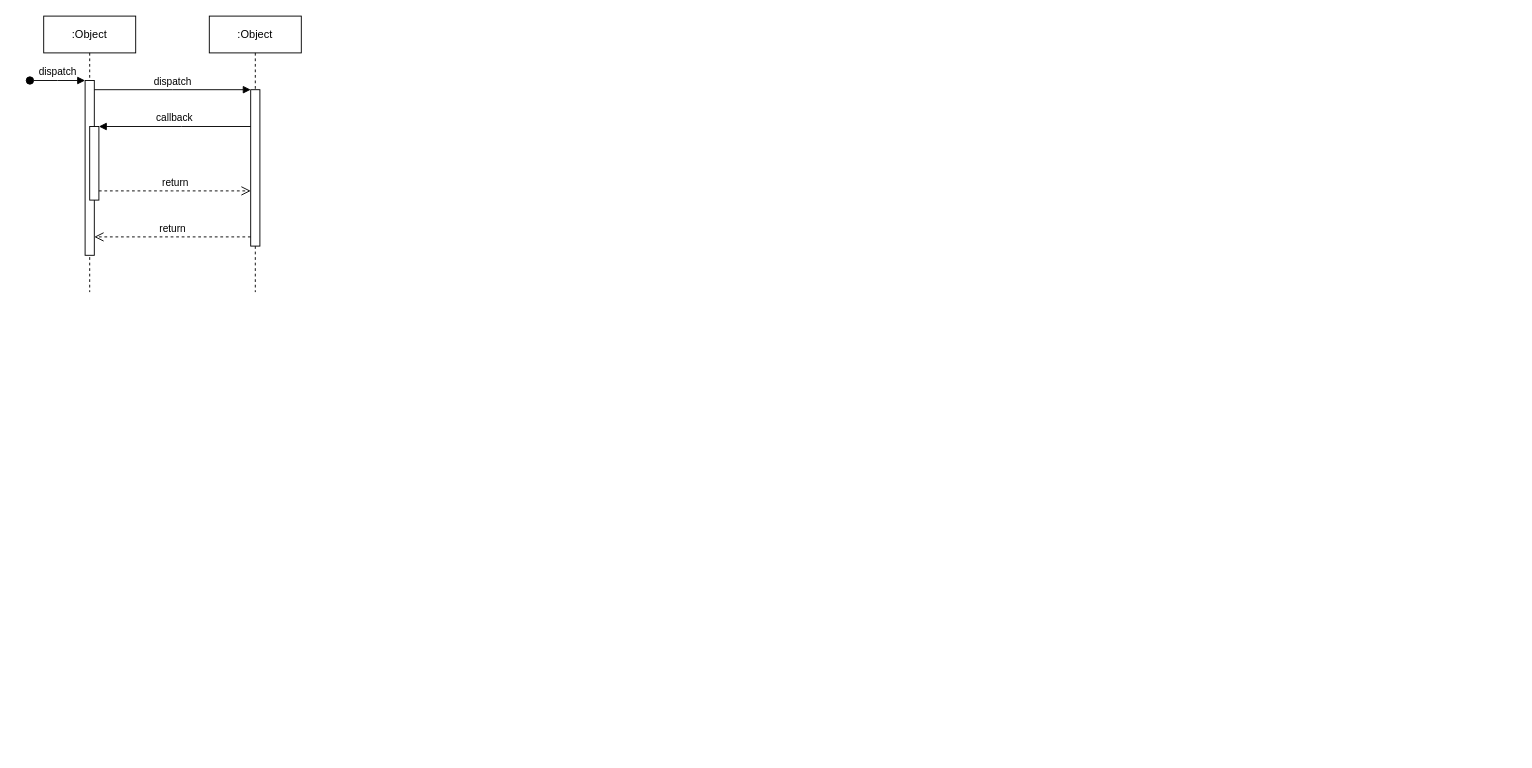
Earlier version of the draw.io diagram PROBLEMI/Untitled Diagram.drawio (natasablagojevic/rs). Source tidied: cells renumbered, new cells numbered last; positions are measured from the earlier drawing's top-left corner, leaving out a move shared by most shapes. Both pictures are drawn from the tidied source at 92%, with x=0, y=0 at pixel (29, 16).
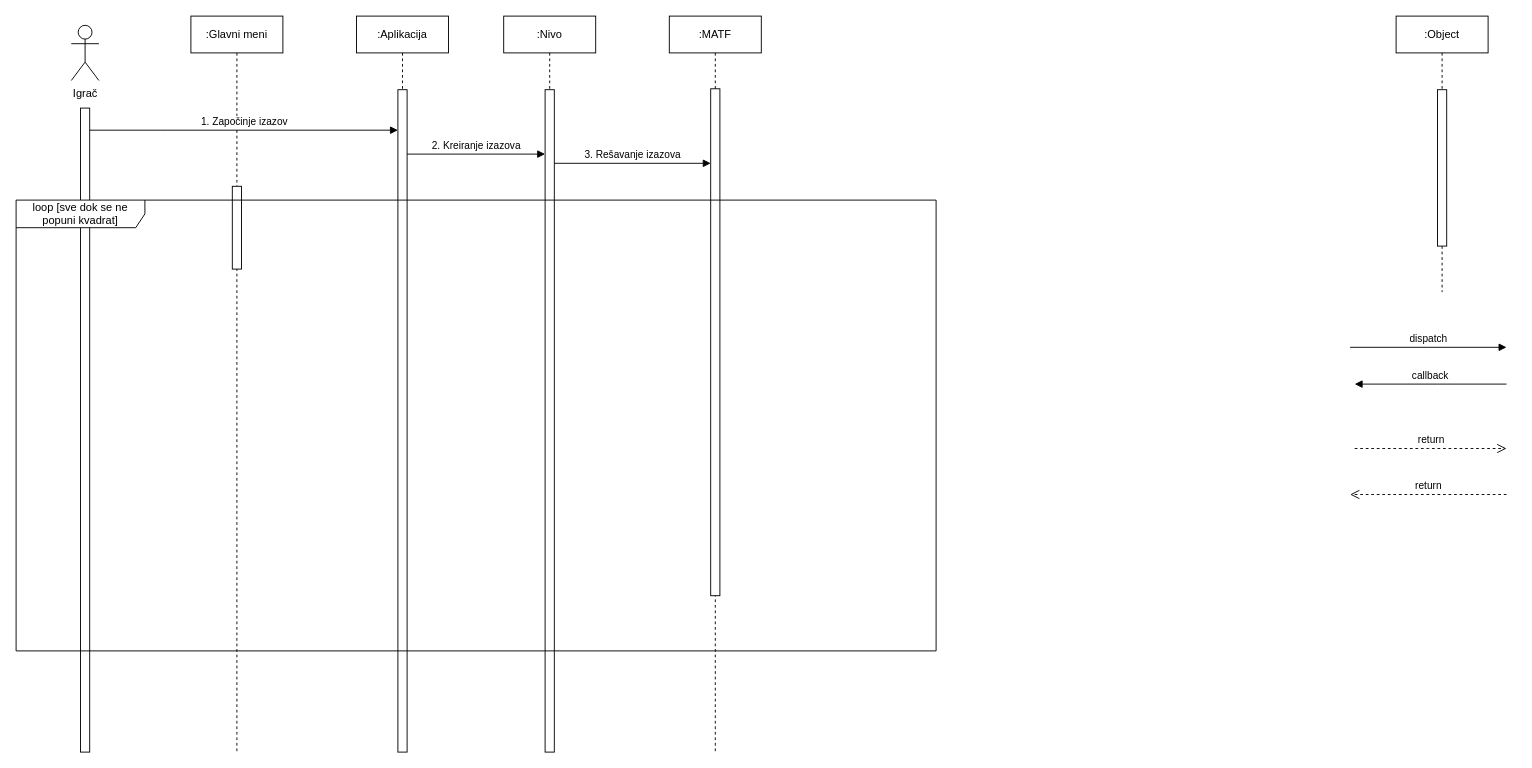
After the change.

What changed in the source:
```diff
@@
-    <mxCell id="2" value=":Object" style="shape=umlLifeline;perimeter=lifelinePerimeter;whiteSpace=wrap;html=1;newEdgeStyle={&quot;edgeStyle&quot;:&quot;elbowEdgeStyle&quot;,&quot;elbow&quot;:&quot;vertical&quot;,&quot;curved&quot;:0,&quot;rounded&quot;:0};" parent="1" vertex="1">
-      <mxGeometry x="15" width="100" height="300" as="geometry" />
-    </mxCell>
-    <mxCell id="3" style="html=1;points=[];perimeter=orthogonalPerimeter;outlineConnect=0;targetShapes=umlLifeline;portConstraint=eastwest;newEdgeStyle={&quot;edgeStyle&quot;:&quot;elbowEdgeStyle&quot;,&quot;elbow&quot;:&quot;vertical&quot;,&quot;curved&quot;:0,&quot;rounded&quot;:0};" parent="2" vertex="1">
-      <mxGeometry x="45" y="70" width="10" height="190" as="geometry" />
-    </mxCell>
-    <mxCell id="4" value="dispatch" style="html=1;verticalAlign=bottom;startArrow=oval;endArrow=block;startSize=8;edgeStyle=elbowEdgeStyle;elbow=vertical;curved=0;rounded=0;" parent="2" edge="1" target="3">
-      <mxGeometry relative="1" as="geometry">
-        <mxPoint x="-15" y="70" as="sourcePoint" />
-      </mxGeometry>
-    </mxCell>
-    <mxCell id="5" style="html=1;points=[];perimeter=orthogonalPerimeter;outlineConnect=0;targetShapes=umlLifeline;portConstraint=eastwest;newEdgeStyle={&quot;edgeStyle&quot;:&quot;elbowEdgeStyle&quot;,&quot;elbow&quot;:&quot;vertical&quot;,&quot;curved&quot;:0,&quot;rounded&quot;:0};" parent="2" vertex="1">
-      <mxGeometry x="50" y="120" width="10" height="80" as="geometry" />
-    </mxCell>
-    <mxCell id="6" value=":Object" style="shape=umlLifeline;perimeter=lifelinePerimeter;whiteSpace=wrap;html=1;newEdgeStyle={&quot;edgeStyle&quot;:&quot;elbowEdgeStyle&quot;,&quot;elbow&quot;:&quot;vertical&quot;,&quot;curved&quot;:0,&quot;rounded&quot;:0};" parent="1" vertex="1">
-      <mxGeometry x="195" width="100" height="300" as="geometry" />
-    </mxCell>
+    <mxCell id="12" value=":Object" style="shape=umlLifeline;perimeter=lifelinePerimeter;whiteSpace=wrap;html=1;newEdgeStyle={&quot;edgeStyle&quot;:&quot;elbowEdgeStyle&quot;,&quot;elbow&quot;:&quot;vertical&quot;,&quot;curved&quot;:0,&quot;rounded&quot;:0};" parent="1" vertex="1">
+      <mxGeometry x="1485" width="100" height="300" as="geometry" />
+    </mxCell>
-    <mxCell id="7" style="html=1;points=[];perimeter=orthogonalPerimeter;outlineConnect=0;targetShapes=umlLifeline;portConstraint=eastwest;newEdgeStyle={&quot;edgeStyle&quot;:&quot;elbowEdgeStyle&quot;,&quot;elbow&quot;:&quot;vertical&quot;,&quot;curved&quot;:0,&quot;rounded&quot;:0};" parent="6" vertex="1">
+    <mxCell id="7" style="html=1;points=[];perimeter=orthogonalPerimeter;outlineConnect=0;targetShapes=umlLifeline;portConstraint=eastwest;newEdgeStyle={&quot;edgeStyle&quot;:&quot;elbowEdgeStyle&quot;,&quot;elbow&quot;:&quot;vertical&quot;,&quot;curved&quot;:0,&quot;rounded&quot;:0};" parent="12" vertex="1">
       <mxGeometry x="45" y="80" width="10" height="170" as="geometry" />
     </mxCell>
-    <mxCell id="8" value="dispatch" style="html=1;verticalAlign=bottom;endArrow=block;edgeStyle=elbowEdgeStyle;elbow=vertical;curved=0;rounded=0;" parent="1" edge="1" source="3" target="7">
+    <mxCell id="8" value="dispatch" style="html=1;verticalAlign=bottom;endArrow=block;edgeStyle=elbowEdgeStyle;elbow=vertical;curved=0;rounded=0;" parent="1" edge="1">
       <mxGeometry relative="1" as="geometry">
+        <mxPoint x="1435" y="360" as="sourcePoint" />
+        <mxPoint x="1605" y="360" as="targetPoint" />
         <Array as="points">
-          <mxPoint x="155" y="80" />
+          <mxPoint x="1520" y="360" />
         </Array>
       </mxGeometry>
     </mxCell>
-    <mxCell id="9" value="return" style="html=1;verticalAlign=bottom;endArrow=open;dashed=1;endSize=8;edgeStyle=elbowEdgeStyle;elbow=vertical;curved=0;rounded=0;" parent="1" edge="1" source="7" target="3">
-      <mxGeometry relative="1" as="geometry">
-        <Array as="points">
-          <mxPoint x="165" y="240" />
-        </Array>
-      </mxGeometry>
-    </mxCell>
+    <mxCell id="13" value="return" style="html=1;verticalAlign=bottom;endArrow=open;dashed=1;endSize=8;edgeStyle=elbowEdgeStyle;elbow=vertical;curved=0;rounded=0;" parent="1" edge="1">
+      <mxGeometry relative="1" as="geometry">
+        <mxPoint x="1605" y="520" as="sourcePoint" />
+        <mxPoint x="1435" y="520" as="targetPoint" />
+        <Array as="points">
+          <mxPoint x="1530" y="520" />
+        </Array>
+      </mxGeometry>
+    </mxCell>
-    <mxCell id="10" value="callback" style="html=1;verticalAlign=bottom;endArrow=block;edgeStyle=elbowEdgeStyle;elbow=vertical;curved=0;rounded=0;" parent="1" edge="1" source="7" target="5">
+    <mxCell id="10" value="callback" style="html=1;verticalAlign=bottom;endArrow=block;edgeStyle=elbowEdgeStyle;elbow=vertical;curved=0;rounded=0;" parent="1" edge="1">
       <mxGeometry relative="1" as="geometry">
+        <mxPoint x="1605" y="400" as="sourcePoint" />
+        <mxPoint x="1440" y="400" as="targetPoint" />
         <Array as="points">
-          <mxPoint x="165" y="120" />
+          <mxPoint x="1530" y="400" />
         </Array>
       </mxGeometry>
     </mxCell>
-    <mxCell id="11" value="return" style="html=1;verticalAlign=bottom;endArrow=open;dashed=1;endSize=8;edgeStyle=elbowEdgeStyle;elbow=vertical;curved=0;rounded=0;" parent="1" edge="1" source="5" target="7">
-      <mxGeometry relative="1" as="geometry">
-        <Array as="points">
-          <mxPoint x="155" y="190" />
-        </Array>
-      </mxGeometry>
-    </mxCell>
+    <mxCell id="14" value="return" style="html=1;verticalAlign=bottom;endArrow=open;dashed=1;endSize=8;edgeStyle=elbowEdgeStyle;elbow=vertical;curved=0;rounded=0;" parent="1" edge="1">
+      <mxGeometry relative="1" as="geometry">
+        <mxPoint x="1440" y="470" as="sourcePoint" />
+        <mxPoint x="1605" y="470" as="targetPoint" />
+        <Array as="points">
+          <mxPoint x="1520" y="470" />
+        </Array>
+      </mxGeometry>
+    </mxCell>
+    <mxCell id="15" value="Igrač" style="shape=umlActor;verticalLabelPosition=bottom;verticalAlign=top;html=1;" parent="1" vertex="1">
+      <mxGeometry x="45" y="10" width="30" height="60" as="geometry" />
+    </mxCell>
+    <mxCell id="16" style="rounded=0;whiteSpace=wrap;html=1;direction=south;" parent="1" vertex="1">
+      <mxGeometry x="55" y="100" width="10" height="700" as="geometry" />
+    </mxCell>
+    <mxCell id="17" value="&lt;div&gt;:Glavni meni&lt;/div&gt;" style="shape=umlLifeline;perimeter=lifelinePerimeter;whiteSpace=wrap;html=1;newEdgeStyle={&quot;edgeStyle&quot;:&quot;elbowEdgeStyle&quot;,&quot;elbow&quot;:&quot;vertical&quot;,&quot;curved&quot;:0,&quot;rounded&quot;:0};" parent="1" vertex="1">
+      <mxGeometry x="175" width="100" height="800" as="geometry" />
+    </mxCell>
+    <mxCell id="18" style="html=1;perimeter=orthogonalPerimeter;targetShapes=umlLifeline;newEdgeStyle={&quot;edgeStyle&quot;:&quot;elbowEdgeStyle&quot;,&quot;elbow&quot;:&quot;vertical&quot;,&quot;curved&quot;:0,&quot;rounded&quot;:0};" parent="17" vertex="1">
+      <mxGeometry x="45" y="185" width="10" height="90" as="geometry" />
+    </mxCell>
+    <mxCell id="19" value=":Aplikacija" style="shape=umlLifeline;perimeter=lifelinePerimeter;whiteSpace=wrap;html=1;newEdgeStyle={&quot;edgeStyle&quot;:&quot;elbowEdgeStyle&quot;,&quot;elbow&quot;:&quot;vertical&quot;,&quot;curved&quot;:0,&quot;rounded&quot;:0};" parent="1" vertex="1">
+      <mxGeometry x="355" width="100" height="800" as="geometry" />
+    </mxCell>
+    <mxCell id="20" style="html=1;points=[];perimeter=orthogonalPerimeter;outlineConnect=0;targetShapes=umlLifeline;portConstraint=eastwest;newEdgeStyle={&quot;edgeStyle&quot;:&quot;elbowEdgeStyle&quot;,&quot;elbow&quot;:&quot;vertical&quot;,&quot;curved&quot;:0,&quot;rounded&quot;:0};" parent="19" vertex="1">
+      <mxGeometry x="45" y="80" width="10" height="720" as="geometry" />
+    </mxCell>
+    <mxCell id="21" value=":Nivo" style="shape=umlLifeline;perimeter=lifelinePerimeter;whiteSpace=wrap;html=1;newEdgeStyle={&quot;edgeStyle&quot;:&quot;elbowEdgeStyle&quot;,&quot;elbow&quot;:&quot;vertical&quot;,&quot;curved&quot;:0,&quot;rounded&quot;:0};" parent="1" vertex="1">
+      <mxGeometry x="515" width="100" height="800" as="geometry" />
+    </mxCell>
+    <mxCell id="22" style="html=1;points=[];perimeter=orthogonalPerimeter;outlineConnect=0;targetShapes=umlLifeline;portConstraint=eastwest;newEdgeStyle={&quot;edgeStyle&quot;:&quot;elbowEdgeStyle&quot;,&quot;elbow&quot;:&quot;vertical&quot;,&quot;curved&quot;:0,&quot;rounded&quot;:0};" parent="21" vertex="1">
+      <mxGeometry x="45" y="80" width="10" height="720" as="geometry" />
+    </mxCell>
+    <mxCell id="23" value="&lt;div&gt;:MATF&lt;/div&gt;" style="shape=umlLifeline;perimeter=lifelinePerimeter;whiteSpace=wrap;html=1;newEdgeStyle={&quot;edgeStyle&quot;:&quot;elbowEdgeStyle&quot;,&quot;elbow&quot;:&quot;vertical&quot;,&quot;curved&quot;:0,&quot;rounded&quot;:0};" parent="1" vertex="1">
+      <mxGeometry x="695" width="100" height="800" as="geometry" />
+    </mxCell>
+    <mxCell id="24" style="html=1;points=[];perimeter=orthogonalPerimeter;outlineConnect=0;targetShapes=umlLifeline;portConstraint=eastwest;newEdgeStyle={&quot;edgeStyle&quot;:&quot;elbowEdgeStyle&quot;,&quot;elbow&quot;:&quot;vertical&quot;,&quot;curved&quot;:0,&quot;rounded&quot;:0};" parent="23" vertex="1">
+      <mxGeometry x="45" y="79" width="10" height="551" as="geometry" />
+    </mxCell>
+    <mxCell id="25" value="1. Započinje izazov" style="html=1;verticalAlign=bottom;endArrow=block;edgeStyle=elbowEdgeStyle;elbow=vertical;curved=0;rounded=0;" parent="1" edge="1">
+      <mxGeometry relative="1" as="geometry">
+        <mxPoint x="65" y="124" as="sourcePoint" />
+        <mxPoint x="400" y="124" as="targetPoint" />
+        <Array as="points">
+          <mxPoint x="150" y="124" />
+        </Array>
+      </mxGeometry>
+    </mxCell>
+    <mxCell id="26" value="2. Kreiranje izazova" style="html=1;verticalAlign=bottom;endArrow=block;edgeStyle=elbowEdgeStyle;elbow=vertical;curved=0;rounded=0;" parent="1" edge="1" source="20" target="22">
+      <mxGeometry relative="1" as="geometry">
+        <Array as="points">
+          <mxPoint x="500" y="150" />
+        </Array>
+      </mxGeometry>
+    </mxCell>
+    <mxCell id="27" value="3. Rešavanje izazova" style="html=1;verticalAlign=bottom;endArrow=block;edgeStyle=elbowEdgeStyle;elbow=vertical;curved=0;rounded=0;" parent="1" edge="1" source="22" target="24">
+      <mxGeometry relative="1" as="geometry">
+        <Array as="points">
+          <mxPoint x="660" y="160" />
+        </Array>
+      </mxGeometry>
+    </mxCell>
+    <mxCell id="28" value="&lt;div&gt;loop [sve dok se ne&lt;/div&gt;&lt;div&gt;popuni kvadrat]&lt;/div&gt;" style="shape=umlFrame;whiteSpace=wrap;html=1;width=140;height=30;" parent="1" vertex="1">
+      <mxGeometry x="-15" y="200" width="1000" height="490" as="geometry" />
+    </mxCell>
```
